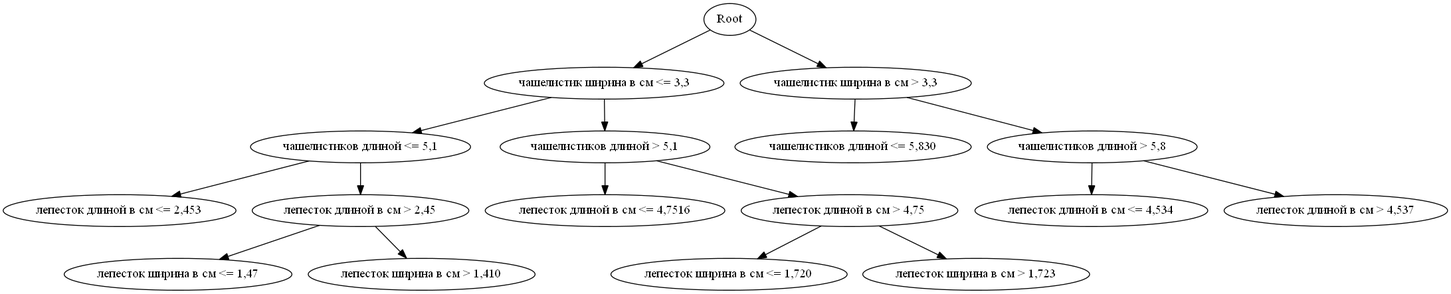
The Graphviz diagram DecisionTrees/bin/Release/Resources/recursion.png in geper/Decision_tree, before a commit. Its source is kept beside it as DecisionTrees/bin/Release/Resources/recursion.gv. The source it was exported from:
```dot
digraph G {
"Root"
->
"чашелистик ширина в см <= 3,3"
->
"чашелистиков длиной <= 5,1"
->
"лепесток длиной в см <= 2,453"
;
"чашелистиков длиной <= 5,1"
->
"лепесток длиной в см > 2,45"
->
"лепесток ширина в см <= 1,47"
;
"лепесток длиной в см > 2,45"
->
"лепесток ширина в см > 1,410"
;
"чашелистик ширина в см <= 3,3"
->
"чашелистиков длиной > 5,1"
->
"лепесток длиной в см <= 4,7516"
;
"чашелистиков длиной > 5,1"
->
"лепесток длиной в см > 4,75"
->
"лепесток ширина в см <= 1,720"
;
"лепесток длиной в см > 4,75"
->
"лепесток ширина в см > 1,723"
;
"Root"
->
"чашелистик ширина в см > 3,3"
->
"чашелистиков длиной <= 5,830"
;
"чашелистик ширина в см > 3,3"
->
"чашелистиков длиной > 5,8"
->
"лепесток длиной в см <= 4,534"
;
"чашелистиков длиной > 5,8"
->
"лепесток длиной в см > 4,537"
;
}
```
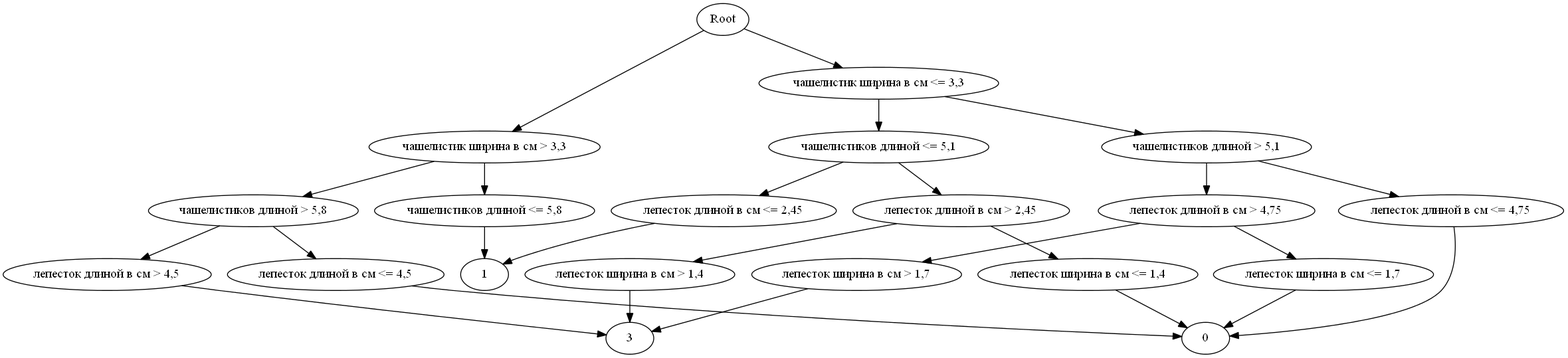
Above is the later version.

The edit, as a diff of the source:
```diff
@@ -5,48 +5,78 @@
 ->
 "чашелистиков длиной <= 5,1"
 ->
-"лепесток длиной в см <= 2,453"
+"лепесток длиной в см <= 2,45"
+->
+"1"
 ;
 "чашелистиков длиной <= 5,1"
 ->
 "лепесток длиной в см > 2,45"
 ->
-"лепесток ширина в см <= 1,47"
+"лепесток ширина в см <= 1,4"
+->
+"0"
 ;
 "лепесток длиной в см > 2,45"
 ->
-"лепесток ширина в см > 1,410"
+"лепесток ширина в см > 1,4"
+->
+"3"
+;
+"чашелистиков длиной <= 5,1"
+;
+"чашелистик ширина в см <= 3,3"
 ;
 "чашелистик ширина в см <= 3,3"
 ->
 "чашелистиков длиной > 5,1"
 ->
-"лепесток длиной в см <= 4,7516"
+"лепесток длиной в см <= 4,75"
+->
+"0"
 ;
 "чашелистиков длиной > 5,1"
 ->
 "лепесток длиной в см > 4,75"
 ->
-"лепесток ширина в см <= 1,720"
+"лепесток ширина в см <= 1,7"
+->
+"0"
 ;
 "лепесток длиной в см > 4,75"
 ->
-"лепесток ширина в см > 1,723"
+"лепесток ширина в см > 1,7"
+->
+"3"
+;
+"чашелистиков длиной > 5,1"
+;
+"чашелистик ширина в см <= 3,3"
 ;
 "Root"
 ->
 "чашелистик ширина в см > 3,3"
 ->
-"чашелистиков длиной <= 5,830"
+"чашелистиков длиной <= 5,8"
+->
+"1"
 ;
 "чашелистик ширина в см > 3,3"
 ->
 "чашелистиков длиной > 5,8"
 ->
-"лепесток длиной в см <= 4,534"
+"лепесток длиной в см <= 4,5"
+->
+"0"
 ;
 "чашелистиков длиной > 5,8"
 ->
-"лепесток длиной в см > 4,537"
+"лепесток длиной в см > 4,5"
+->
+"3"
+;
+"чашелистик ширина в см > 3,3"
+;
+"Root"
 ;
 }
```
